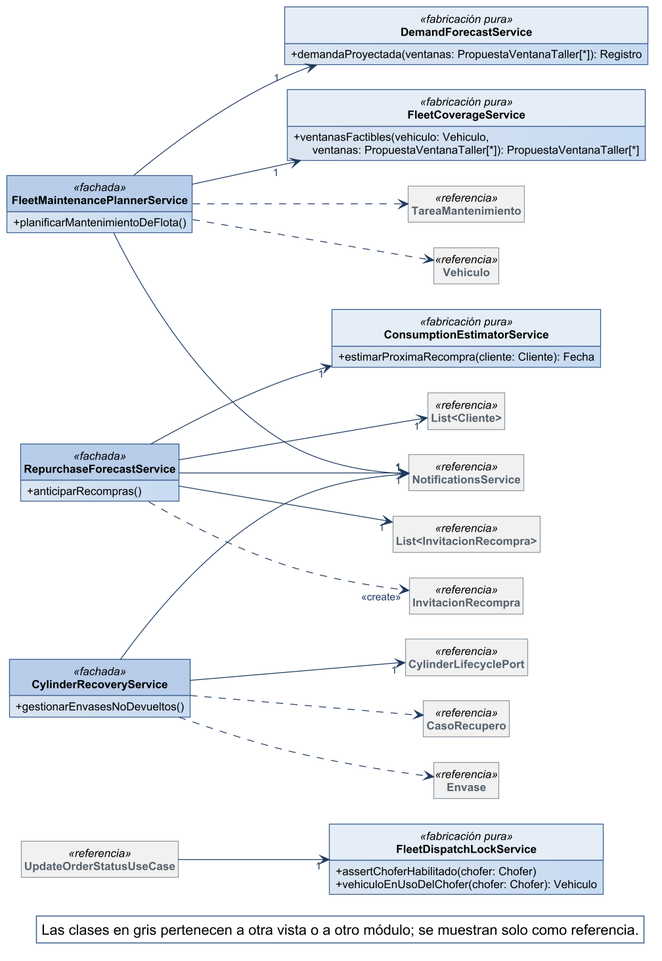
Nahuelito-Dev/splg-docs keeps this PlantUML diagram as diagramas/clases-diseno/DC_Mod_Flota-recompra-y-recupero.png. Above is the earlier version. Its diagram source:
```plantuml
@startuml
!include ../estilo-vp.iuml
skinparam nodesep 40
skinparam ranksep 55
skinparam genericDisplay old
skinparam class<<referencia>> {
  BackgroundColor #F1F1F1
  BorderColor #8A97A3
  FontColor #55616C
}
skinparam class<<fachada>> {
  HeaderBackgroundColor #B7CDE8
}
skinparam class<<controlador>> {
  HeaderBackgroundColor #B7CDE8
}
skinparam class<<fabricación pura>> {
  HeaderBackgroundColor #E4ECF6
}
skinparam class<<colección>> {
  HeaderBackgroundColor #E6E6E6
}
skinparam class<<adaptador>> {
  HeaderBackgroundColor #D5E3F3
}
skinparam packageStyle rectangle
hide circle
hide empty members

left to right direction
skinparam nodesep 25
skinparam ranksep 90
class FleetDispatchLockService <<fabricación pura>> {
  + assertChoferHabilitado(chofer: Chofer)
  + vehiculoEnUsoDelChofer(chofer: Chofer): Vehiculo
}
class FleetMaintenancePlannerService <<fachada>> {
  + planificarMantenimientoDeFlota()
}
class DemandForecastService <<fabricación pura>> {
  + demandaProyectada(ventanas: PropuestaVentanaTaller[*]): Registro
}
class FleetCoverageService <<fabricación pura>> {
  + ventanasFactibles(vehiculo: Vehiculo,\n      ventanas: PropuestaVentanaTaller[*]): PropuestaVentanaTaller[*]
}
class RepurchaseForecastService <<fachada>> {
  + anticiparRecompras()
}
class ConsumptionEstimatorService <<fabricación pura>> {
  + estimarProximaRecompra(cliente: Cliente): Fecha
}
class CylinderRecoveryService <<fachada>> {
  + gestionarEnvasesNoDevueltos()
}
class CylinderLifecyclePort <<referencia>>
class NotificationsService <<referencia>>
class "List<Cliente>" as List_Cliente <<referencia>>
class "List<InvitacionRecompra>" as List_InvitacionRecompra <<referencia>>
class CasoRecupero <<referencia>>
class Envase <<referencia>>
class TareaMantenimiento <<referencia>>
class Vehiculo <<referencia>>
class InvitacionRecompra <<referencia>>
class UpdateOrderStatusUseCase <<referencia>>

CylinderRecoveryService --> "1" CylinderLifecyclePort
CylinderRecoveryService --> "1" NotificationsService
FleetMaintenancePlannerService --> "1" DemandForecastService
FleetMaintenancePlannerService --> "1" FleetCoverageService
FleetMaintenancePlannerService --> "1" NotificationsService
RepurchaseForecastService --> "1" ConsumptionEstimatorService
RepurchaseForecastService --> "1" List_Cliente
RepurchaseForecastService --> "1" List_InvitacionRecompra
RepurchaseForecastService --> "1" NotificationsService
CylinderRecoveryService ..> CasoRecupero
CylinderRecoveryService ..> Envase
FleetMaintenancePlannerService ..> TareaMantenimiento
FleetMaintenancePlannerService ..> Vehiculo
RepurchaseForecastService ..> "<<create>>" InvitacionRecompra
UpdateOrderStatusUseCase --> "1" FleetDispatchLockService

legend bottom right
  Las clases en gris pertenecen a otra vista o a otro módulo; se muestran solo como referencia.
endlegend
@enduml
```
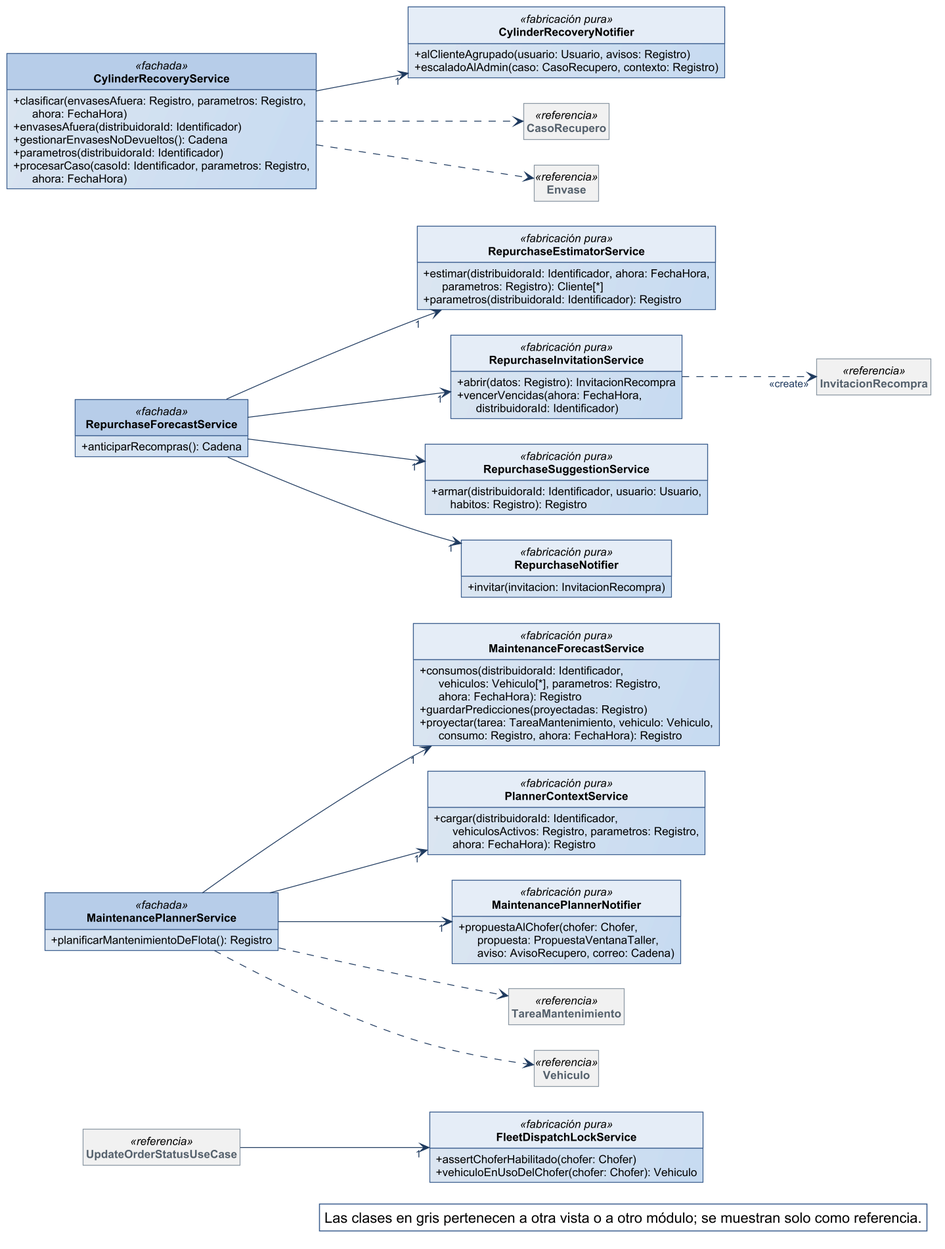
The same diagram one commit later.

The edit, as a diff of the source:
```diff
@@ -34,28 +34,48 @@
   + assertChoferHabilitado(chofer: Chofer)
   + vehiculoEnUsoDelChofer(chofer: Chofer): Vehiculo
 }
-class FleetMaintenancePlannerService <<fachada>> {
-  + planificarMantenimientoDeFlota()
+class MaintenancePlannerService <<fachada>> {
+  + planificarMantenimientoDeFlota(): Registro
 }
-class DemandForecastService <<fabricación pura>> {
-  + demandaProyectada(ventanas: PropuestaVentanaTaller[*]): Registro
+class MaintenanceForecastService <<fabricación pura>> {
+  + consumos(distribuidoraId: Identificador,\n      vehiculos: Vehiculo[*], parametros: Registro,\n      ahora: FechaHora): Registro
+  + guardarPredicciones(proyectadas: Registro)
+  + proyectar(tarea: TareaMantenimiento, vehiculo: Vehiculo,\n      consumo: Registro, ahora: FechaHora): Registro
 }
-class FleetCoverageService <<fabricación pura>> {
-  + ventanasFactibles(vehiculo: Vehiculo,\n      ventanas: PropuestaVentanaTaller[*]): PropuestaVentanaTaller[*]
+class PlannerContextService <<fabricación pura>> {
+  + cargar(distribuidoraId: Identificador,\n      vehiculosActivos: Registro, parametros: Registro,\n      ahora: FechaHora): Registro
+}
+class MaintenancePlannerNotifier <<fabricación pura>> {
+  + propuestaAlChofer(chofer: Chofer,\n      propuesta: PropuestaVentanaTaller,\n      aviso: AvisoRecupero, correo: Cadena)
 }
 class RepurchaseForecastService <<fachada>> {
-  + anticiparRecompras()
+  + anticiparRecompras(): Cadena
 }
-class ConsumptionEstimatorService <<fabricación pura>> {
-  + estimarProximaRecompra(cliente: Cliente): Fecha
+class RepurchaseEstimatorService <<fabricación pura>> {
+  + estimar(distribuidoraId: Identificador, ahora: FechaHora,\n      parametros: Registro): Cliente[*]
+  + parametros(distribuidoraId: Identificador): Registro
+}
+class RepurchaseInvitationService <<fabricación pura>> {
+  + abrir(datos: Registro): InvitacionRecompra
+  + vencerVencidas(ahora: FechaHora,\n      distribuidoraId: Identificador)
+}
+class RepurchaseSuggestionService <<fabricación pura>> {
+  + armar(distribuidoraId: Identificador, usuario: Usuario,\n      habitos: Registro): Registro
+}
+class RepurchaseNotifier <<fabricación pura>> {
+  + invitar(invitacion: InvitacionRecompra)
 }
 class CylinderRecoveryService <<fachada>> {
-  + gestionarEnvasesNoDevueltos()
+  + clasificar(envasesAfuera: Registro, parametros: Registro,\n      ahora: FechaHora)
+  + envasesAfuera(distribuidoraId: Identificador)
+  + gestionarEnvasesNoDevueltos(): Cadena
+  + parametros(distribuidoraId: Identificador)
+  + procesarCaso(casoId: Identificador, parametros: Registro,\n      ahora: FechaHora)
 }
-class CylinderLifecyclePort <<referencia>>
-class NotificationsService <<referencia>>
-class "List<Cliente>" as List_Cliente <<referencia>>
-class "List<InvitacionRecompra>" as List_InvitacionRecompra <<referencia>>
+class CylinderRecoveryNotifier <<fabricación pura>> {
+  + alClienteAgrupado(usuario: Usuario, avisos: Registro)
+  + escaladoAlAdmin(caso: CasoRecupero, contexto: Registro)
+}
 class CasoRecupero <<referencia>>
 class Envase <<referencia>>
 class TareaMantenimiento <<referencia>>
@@ -63,20 +83,19 @@
 class InvitacionRecompra <<referencia>>
 class UpdateOrderStatusUseCase <<referencia>>
 
-CylinderRecoveryService --> "1" CylinderLifecyclePort
-CylinderRecoveryService --> "1" NotificationsService
-FleetMaintenancePlannerService --> "1" DemandForecastService
-FleetMaintenancePlannerService --> "1" FleetCoverageService
-FleetMaintenancePlannerService --> "1" NotificationsService
-RepurchaseForecastService --> "1" ConsumptionEstimatorService
-RepurchaseForecastService --> "1" List_Cliente
-RepurchaseForecastService --> "1" List_InvitacionRecompra
-RepurchaseForecastService --> "1" NotificationsService
+CylinderRecoveryService --> "1" CylinderRecoveryNotifier
+MaintenancePlannerService --> "1" MaintenanceForecastService
+MaintenancePlannerService --> "1" MaintenancePlannerNotifier
+MaintenancePlannerService --> "1" PlannerContextService
+RepurchaseForecastService --> "1" RepurchaseEstimatorService
+RepurchaseForecastService --> "1" RepurchaseInvitationService
+RepurchaseForecastService --> "1" RepurchaseNotifier
+RepurchaseForecastService --> "1" RepurchaseSuggestionService
 CylinderRecoveryService ..> CasoRecupero
 CylinderRecoveryService ..> Envase
-FleetMaintenancePlannerService ..> TareaMantenimiento
-FleetMaintenancePlannerService ..> Vehiculo
-RepurchaseForecastService ..> "<<create>>" InvitacionRecompra
+MaintenancePlannerService ..> TareaMantenimiento
+MaintenancePlannerService ..> Vehiculo
+RepurchaseInvitationService ..> "<<create>>" InvitacionRecompra
 UpdateOrderStatusUseCase --> "1" FleetDispatchLockService
 
 legend bottom right
```
